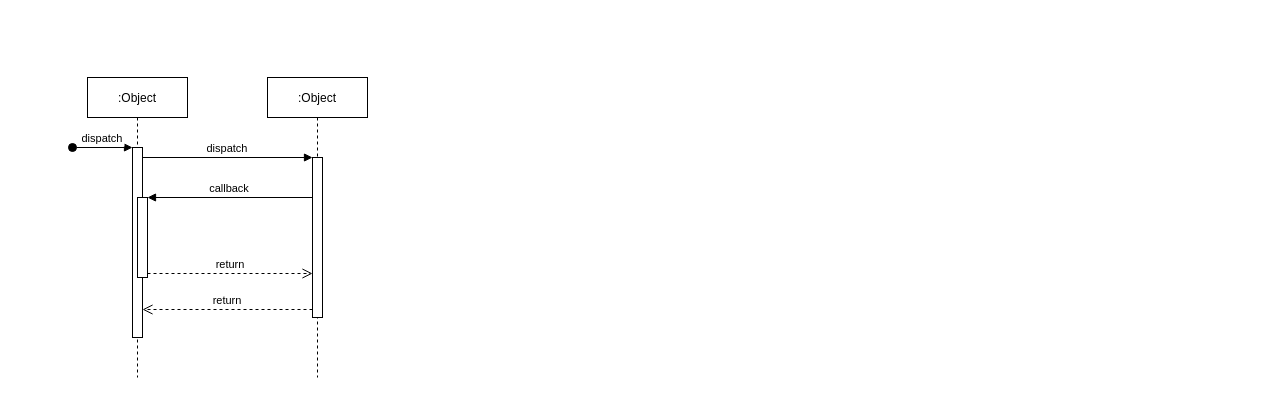
Above: page "Page-1" (1 of 2) of matter.drawio in fumosan/hello-word (draw.io), before the change. Source tidied: cells renumbered, new cells numbered last; positions are measured from the earlier drawing's top-left corner, leaving out a move shared by most shapes. Both pictures are drawn from the tidied source at 100%, with x=0, y=0 at pixel (72, 77).
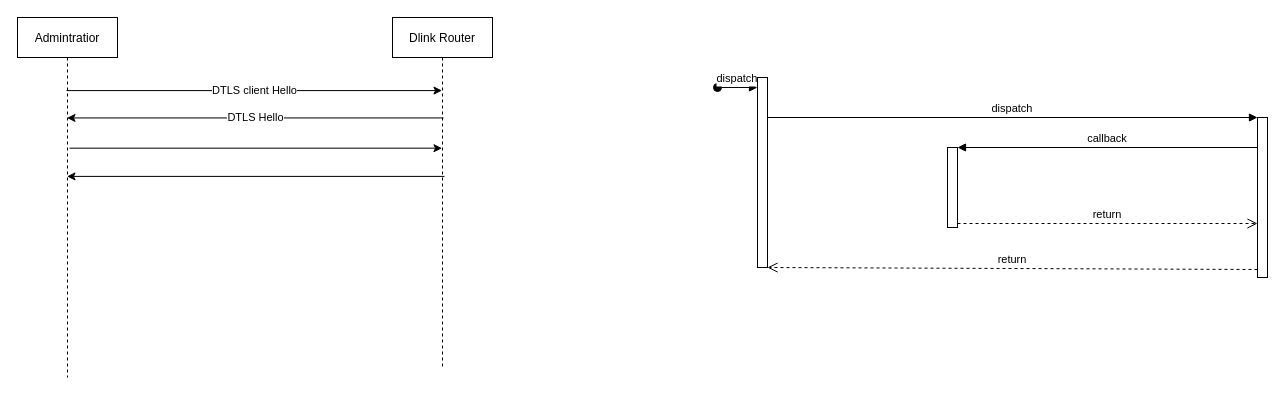
Above is the later version.

Diff of the diagram source:
```diff
@@
 <mxGraphModel>
   <root>
     <mxCell id="0" />
     <mxCell id="1" parent="0" />
-    <mxCell id="2" value=":Object" style="shape=umlLifeline;perimeter=lifelinePerimeter;rounded=0;shadow=0;strokeWidth=1;" parent="1" vertex="1">
-      <mxGeometry x="15" width="100" height="300" as="geometry" />
+    <mxCell id="2" value="Admintratior" style="shape=umlLifeline;perimeter=lifelinePerimeter;rounded=0;shadow=0;strokeWidth=1;" parent="1" vertex="1">
+      <mxGeometry x="-55" y="-60" width="100" height="360" as="geometry" />
     </mxCell>
-    <mxCell id="3" style="points=[];perimeter=orthogonalPerimeter;rounded=0;shadow=0;strokeWidth=1;" parent="2" vertex="1">
-      <mxGeometry x="45" y="70" width="10" height="190" as="geometry" />
-    </mxCell>
+    <mxCell id="6" value="Dlink Router" style="shape=umlLifeline;perimeter=lifelinePerimeter;rounded=0;shadow=0;strokeWidth=1;" parent="1" vertex="1">
+      <mxGeometry x="320" y="-60" width="100" height="350" as="geometry" />
+    </mxCell>
+    <mxCell id="12" value="DTLS client Hello" style="endArrow=classic;rounded=0;exitX=0.49;exitY=0.203;exitDx=0;exitDy=0;exitPerimeter=0;html=1;" parent="1" edge="1" source="2" target="6">
+      <mxGeometry relative="1" as="geometry" />
+    </mxCell>
+    <mxCell id="13" value="DTLS Hello" style="endArrow=classic;html=1;rounded=0;exitX=0.51;exitY=0.287;exitDx=0;exitDy=0;exitPerimeter=0;" parent="1" edge="1" source="6" target="2">
+      <mxGeometry relative="1" as="geometry" />
+    </mxCell>
+    <mxCell id="14" style="endArrow=classic;html=1;rounded=0;exitX=0.52;exitY=0.363;exitDx=0;exitDy=0;exitPerimeter=0;" parent="1" edge="1" source="2" target="6">
+      <mxGeometry relative="1" as="geometry" />
+    </mxCell>
+    <mxCell id="15" style="endArrow=classic;html=1;rounded=0;exitX=0.52;exitY=0.454;exitDx=0;exitDy=0;exitPerimeter=0;" parent="1" edge="1" source="6" target="2">
+      <mxGeometry relative="1" as="geometry" />
+    </mxCell>
-    <mxCell id="4" value="dispatch" style="verticalAlign=bottom;startArrow=oval;endArrow=block;startSize=8;shadow=0;strokeWidth=1;" parent="2" edge="1" target="3">
+    <mxCell id="4" value="dispatch" style="verticalAlign=bottom;startArrow=oval;endArrow=block;startSize=8;shadow=0;strokeWidth=1;" parent="1" edge="1" target="17">
       <mxGeometry relative="1" as="geometry">
-        <mxPoint x="-15" y="70" as="sourcePoint" />
+        <mxPoint x="645" y="10" as="sourcePoint" />
       </mxGeometry>
     </mxCell>
-    <mxCell id="5" style="points=[];perimeter=orthogonalPerimeter;rounded=0;shadow=0;strokeWidth=1;" parent="2" vertex="1">
-      <mxGeometry x="50" y="120" width="10" height="80" as="geometry" />
-    </mxCell>
-    <mxCell id="6" value=":Object" style="shape=umlLifeline;perimeter=lifelinePerimeter;rounded=0;shadow=0;strokeWidth=1;" parent="1" vertex="1">
-      <mxGeometry x="195" width="100" height="300" as="geometry" />
-    </mxCell>
-    <mxCell id="7" style="points=[];perimeter=orthogonalPerimeter;rounded=0;shadow=0;strokeWidth=1;" parent="6" vertex="1">
-      <mxGeometry x="45" y="80" width="10" height="160" as="geometry" />
-    </mxCell>
-    <mxCell id="8" value="return" style="verticalAlign=bottom;endArrow=open;dashed=1;endSize=8;exitX=0;exitY=0.95;shadow=0;strokeWidth=1;" parent="1" edge="1" source="7" target="3">
+    <mxCell id="8" value="return" style="verticalAlign=bottom;endArrow=open;dashed=1;endSize=8;exitX=0;exitY=0.95;shadow=0;strokeWidth=1;" parent="1" edge="1" source="18" target="17">
       <mxGeometry relative="1" as="geometry" />
     </mxCell>
-    <mxCell id="9" value="dispatch" style="verticalAlign=bottom;endArrow=block;entryX=0;entryY=0;shadow=0;strokeWidth=1;" parent="1" edge="1" source="3" target="7">
+    <mxCell id="9" value="dispatch" style="verticalAlign=bottom;endArrow=block;entryX=0;entryY=0;shadow=0;strokeWidth=1;" parent="1" edge="1" source="17" target="18">
       <mxGeometry relative="1" as="geometry" />
     </mxCell>
-    <mxCell id="10" value="callback" style="verticalAlign=bottom;endArrow=block;entryX=1;entryY=0;shadow=0;strokeWidth=1;" parent="1" edge="1" source="7" target="5">
+    <mxCell id="10" value="callback" style="verticalAlign=bottom;endArrow=block;entryX=1;entryY=0;shadow=0;strokeWidth=1;" parent="1" edge="1" source="18" target="16">
       <mxGeometry relative="1" as="geometry" />
     </mxCell>
-    <mxCell id="11" value="return" style="verticalAlign=bottom;endArrow=open;dashed=1;endSize=8;exitX=1;exitY=0.95;shadow=0;strokeWidth=1;" parent="1" edge="1" source="5" target="7">
+    <mxCell id="11" value="return" style="verticalAlign=bottom;endArrow=open;dashed=1;endSize=8;exitX=1;exitY=0.95;shadow=0;strokeWidth=1;" parent="1" edge="1" source="16" target="18">
       <mxGeometry relative="1" as="geometry" />
     </mxCell>
+    <mxCell id="16" style="points=[];perimeter=orthogonalPerimeter;rounded=0;shadow=0;strokeWidth=1;" parent="1" vertex="1">
+      <mxGeometry x="875" y="70" width="10" height="80" as="geometry" />
+    </mxCell>
+    <mxCell id="17" style="points=[];perimeter=orthogonalPerimeter;rounded=0;shadow=0;strokeWidth=1;" parent="1" vertex="1">
+      <mxGeometry x="685" width="10" height="190" as="geometry" />
+    </mxCell>
+    <mxCell id="18" style="points=[];perimeter=orthogonalPerimeter;rounded=0;shadow=0;strokeWidth=1;" parent="1" vertex="1">
+      <mxGeometry x="1185" y="40" width="10" height="160" as="geometry" />
+    </mxCell>
   </root>
 </mxGraphModel>
```
